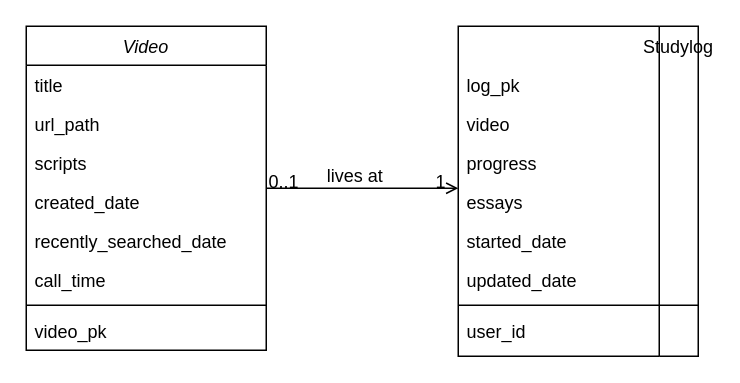
This is Untitled Diagram.drawio from BUK-TOY-english-educator/toypjt, a draw.io file, before an edit. Source tidied: cells renumbered, new cells numbered last; positions are measured from the earlier drawing's top-left corner, leaving out a move shared by most shapes. Both pictures are drawn from the tidied source at 150%, with x=0, y=0 at pixel (26, 26).
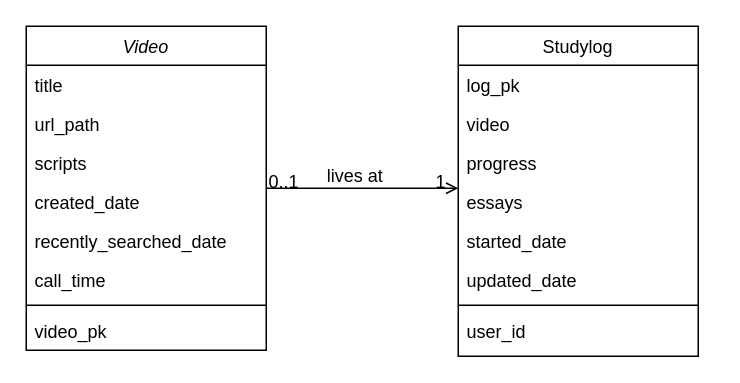
The same diagram, later.

The edit, as a diff of the source:
```diff
@@
-    <mxCell id="11" value="Studylog" style="swimlane;fontStyle=0;align=center;verticalAlign=top;horizontal=1;startSize=26;rounded=0;shadow=0;strokeWidth=1;direction=south;" parent="1" vertex="1">
+    <mxCell id="11" value="Studylog" style="swimlane;fontStyle=0;align=center;verticalAlign=top;horizontal=1;startSize=26;rounded=0;shadow=0;strokeWidth=1;" parent="1" vertex="1">
       <mxGeometry x="288" width="160" height="220" as="geometry" />
     </mxCell>
```
